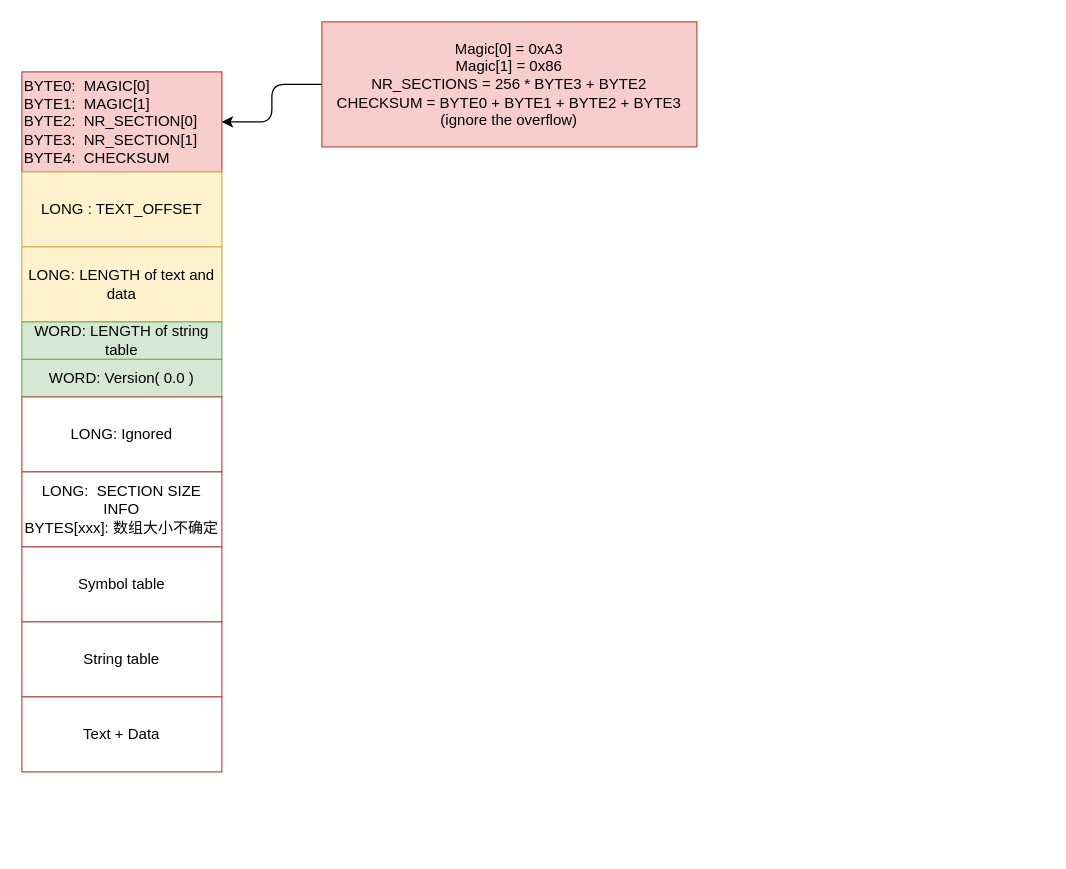
Earlier version of the draw.io diagram page "Linux-8086 Object File" (3 of 3) of course/images/a.out.drawio (tonywendy80/twOS). Source tidied: cells renumbered, new cells numbered last; positions are measured from the earlier drawing's top-left corner, leaving out a move shared by most shapes. Both pictures are drawn from the tidied source at 125%, with x=0, y=0 at pixel (21, 21).
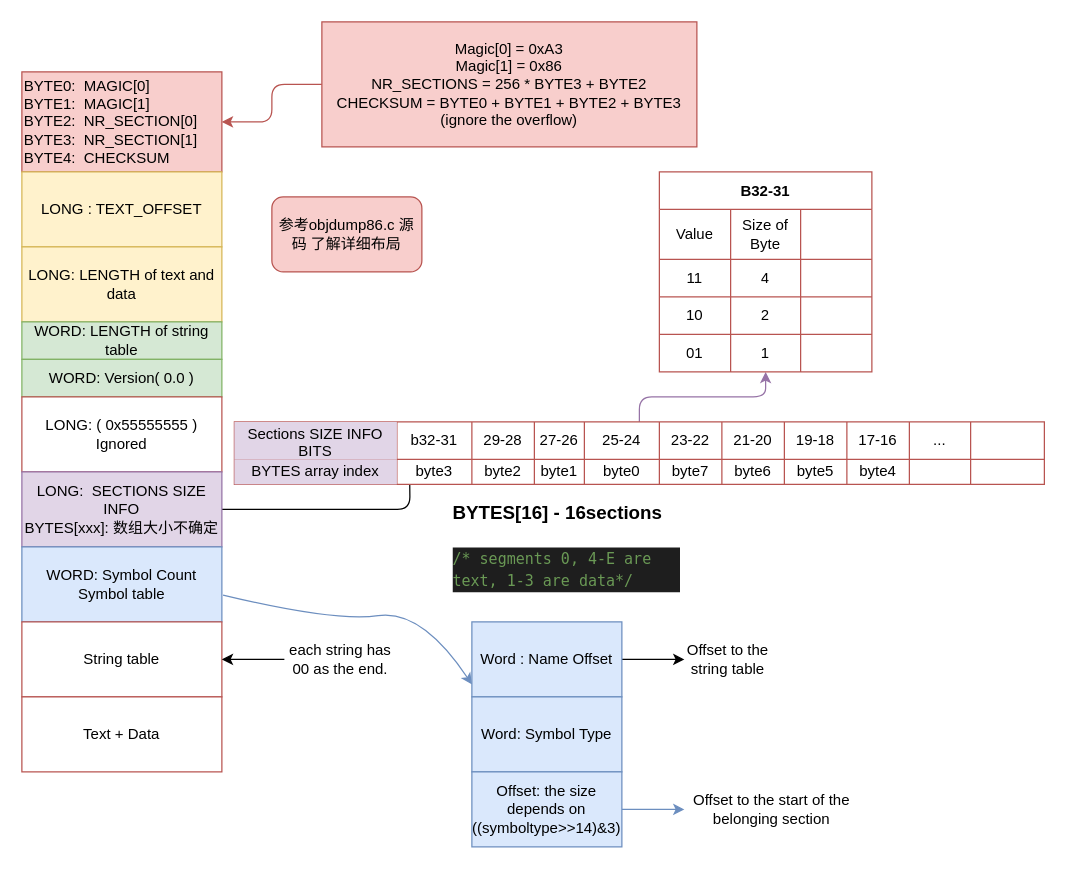
The same diagram, later.

The change refers to these unchanged cells:
```xml
<mxCell id="2" value="BYTE0:&amp;nbsp; MAGIC[0]&lt;br&gt;&lt;div style=&quot;&quot;&gt;&lt;span style=&quot;background-color: initial;&quot;&gt;BYTE1:&amp;nbsp; MAGIC[1]&lt;/span&gt;&lt;/div&gt;BYTE2:&amp;nbsp; NR_SECTION[0]&lt;br&gt;BYTE3:&amp;nbsp; NR_SECTION[1]&lt;br&gt;BYTE4:&amp;nbsp; CHECKSUM" style="rounded=0;whiteSpace=wrap;html=1;align=left;fillColor=#f8cecc;strokeColor=#b85450;" parent="1" vertex="1">
  <mxGeometry y="40" width="160" height="80" as="geometry" />
</mxCell>
<mxCell id="7" value="Magic[0] = 0xA3&lt;br&gt;Magic[1] = 0x86&lt;br&gt;NR_SECTIONS = 256 * BYTE3 + BYTE2&lt;br&gt;CHECKSUM = BYTE0 + BYTE1 + BYTE2 + BYTE3&lt;br&gt;(ignore the overflow)" style="text;html=1;strokeColor=#B85450;fillColor=#f8cecc;align=center;verticalAlign=middle;whiteSpace=wrap;rounded=0;" parent="1" vertex="1">
  <mxGeometry x="240" width="300" height="100" as="geometry" />
</mxCell>
<mxCell id="12" value="String table" style="rounded=0;whiteSpace=wrap;html=1;strokeColor=#B85450;" parent="1" vertex="1">
  <mxGeometry y="480" width="160" height="60" as="geometry" />
</mxCell>
```

The edit, as a diff of the source:
```diff
@@
-    <mxCell id="6" style="edgeStyle=orthogonalEdgeStyle;rounded=1;jettySize=auto;html=1;entryX=1;entryY=0.5;entryDx=0;entryDy=0;" parent="1" edge="1" source="7" target="2">
+    <mxCell id="6" style="edgeStyle=orthogonalEdgeStyle;rounded=1;jettySize=auto;html=1;entryX=1;entryY=0.5;entryDx=0;entryDy=0;fillColor=#f8cecc;strokeColor=#b85450;" parent="1" edge="1" source="7" target="2">
       <mxGeometry relative="1" as="geometry" />
     </mxCell>
@@
-    <mxCell id="9" value="LONG: Ignored" style="rounded=0;whiteSpace=wrap;html=1;strokeColor=#B85450;" parent="1" vertex="1">
+    <mxCell id="9" value="LONG: ( 0x55555555 ) Ignored" style="rounded=0;whiteSpace=wrap;html=1;strokeColor=#B85450;" parent="1" vertex="1">
       <mxGeometry y="300" width="160" height="60" as="geometry" />
     </mxCell>
+    <mxCell id="14" style="edgeStyle=orthogonalEdgeStyle;rounded=1;jettySize=auto;html=1;exitX=1;exitY=0.5;exitDx=0;exitDy=0;" parent="1" edge="1" source="10">
+      <mxGeometry relative="1" as="geometry">
+        <mxPoint x="310" y="340" as="targetPoint" />
+      </mxGeometry>
+    </mxCell>
-    <mxCell id="10" value="LONG:&amp;nbsp; SECTION SIZE INFO&lt;br&gt;BYTES[xxx]: 数组大小不确定" style="rounded=0;whiteSpace=wrap;html=1;strokeColor=#B85450;" parent="1" vertex="1">
+    <mxCell id="10" value="LONG:&amp;nbsp; SECTIONS SIZE INFO&lt;br&gt;BYTES[xxx]: 数组大小不确定" style="rounded=0;whiteSpace=wrap;html=1;strokeColor=#9673a6;fillColor=#e1d5e7;" parent="1" vertex="1">
       <mxGeometry y="360" width="160" height="60" as="geometry" />
     </mxCell>
-    <mxCell id="11" value="Symbol table" style="rounded=0;whiteSpace=wrap;html=1;strokeColor=#B85450;" parent="1" vertex="1">
+    <mxCell id="11" value="WORD: Symbol Count&lt;br&gt;Symbol table" style="rounded=0;whiteSpace=wrap;html=1;strokeColor=#6c8ebf;fillColor=#dae8fc;" parent="1" vertex="1">
       <mxGeometry y="420" width="160" height="60" as="geometry" />
     </mxCell>
@@
+    <mxCell id="15" value="参考objdump86.c 源码 了解详细布局" style="rounded=1;whiteSpace=wrap;html=1;strokeColor=#b85450;fillColor=#f8cecc;" parent="1" vertex="1">
+      <mxGeometry x="200" y="140" width="120" height="60" as="geometry" />
+    </mxCell>
+    <mxCell id="16" style="edgeStyle=orthogonalEdgeStyle;rounded=1;jettySize=auto;html=1;fillColor=#e1d5e7;strokeColor=#9673a6;" parent="1" edge="1" source="17" target="42">
+      <mxGeometry relative="1" as="geometry" />
+    </mxCell>
+    <mxCell id="17" style="shape=table;html=1;whiteSpace=wrap;startSize=0;childLayout=tableLayout;strokeColor=#B85450;" parent="1" vertex="1">
+      <mxGeometry x="170" y="320" width="648" height="50" as="geometry" />
+    </mxCell>
+    <mxCell id="18" style="shape=tableRow;horizontal=0;startSize=0;swimlaneHead=0;swimlaneBody=0;top=0;left=0;bottom=0;right=0;fillColor=none;strokeColor=#B85450;" parent="17" vertex="1">
+      <mxGeometry width="648" height="30" as="geometry" />
+    </mxCell>
+    <mxCell id="19" value="Sections SIZE INFO BITS" style="shape=partialRectangle;html=1;whiteSpace=wrap;fillColor=#e1d5e7;top=0;left=0;bottom=0;right=0;overflow=hidden;strokeColor=#9673a6;" parent="18" vertex="1">
+      <mxGeometry width="130" height="30" as="geometry" />
+    </mxCell>
+    <mxCell id="20" value="b32-31" style="shape=partialRectangle;html=1;whiteSpace=wrap;fillColor=none;top=0;left=0;bottom=0;right=0;overflow=hidden;strokeColor=#B85450;" parent="18" vertex="1">
+      <mxGeometry x="130" width="60" height="30" as="geometry" />
+    </mxCell>
+    <mxCell id="21" value="29-28" style="shape=partialRectangle;html=1;whiteSpace=wrap;fillColor=none;top=0;left=0;bottom=0;right=0;overflow=hidden;strokeColor=#B85450;" parent="18" vertex="1">
+      <mxGeometry x="190" width="50" height="30" as="geometry" />
+    </mxCell>
+    <mxCell id="22" value="27-26" style="shape=partialRectangle;html=1;whiteSpace=wrap;fillColor=none;top=0;left=0;bottom=0;right=0;overflow=hidden;strokeColor=#B85450;" parent="18" vertex="1">
+      <mxGeometry x="240" width="40" height="30" as="geometry" />
+    </mxCell>
+    <mxCell id="23" value="25-24" style="shape=partialRectangle;html=1;whiteSpace=wrap;fillColor=none;top=0;left=0;bottom=0;right=0;overflow=hidden;strokeColor=#B85450;" parent="18" vertex="1">
+      <mxGeometry x="280" width="60" height="30" as="geometry" />
+    </mxCell>
+    <mxCell id="24" value="23-22" style="shape=partialRectangle;html=1;whiteSpace=wrap;fillColor=none;top=0;left=0;bottom=0;right=0;overflow=hidden;strokeColor=#B85450;" parent="18" vertex="1">
+      <mxGeometry x="340" width="50" height="30" as="geometry" />
+    </mxCell>
+    <mxCell id="25" value="21-20" style="shape=partialRectangle;html=1;whiteSpace=wrap;fillColor=none;top=0;left=0;bottom=0;right=0;overflow=hidden;strokeColor=#B85450;" parent="18" vertex="1">
+      <mxGeometry x="390" width="50" height="30" as="geometry" />
+    </mxCell>
+    <mxCell id="26" value="19-18" style="shape=partialRectangle;html=1;whiteSpace=wrap;fillColor=none;top=0;left=0;bottom=0;right=0;overflow=hidden;strokeColor=#B85450;" parent="18" vertex="1">
+      <mxGeometry x="440" width="50" height="30" as="geometry" />
+    </mxCell>
+    <mxCell id="27" value="17-16" style="shape=partialRectangle;html=1;whiteSpace=wrap;fillColor=none;top=0;left=0;bottom=0;right=0;overflow=hidden;strokeColor=#B85450;" parent="18" vertex="1">
+      <mxGeometry x="490" width="50" height="30" as="geometry" />
+    </mxCell>
+    <mxCell id="28" value="..." style="shape=partialRectangle;html=1;whiteSpace=wrap;fillColor=none;top=0;left=0;bottom=0;right=0;overflow=hidden;strokeColor=#B85450;" parent="18" vertex="1">
+      <mxGeometry x="540" width="49" height="30" as="geometry" />
+    </mxCell>
+    <mxCell id="29" style="shape=partialRectangle;html=1;whiteSpace=wrap;fillColor=none;top=0;left=0;bottom=0;right=0;overflow=hidden;strokeColor=#B85450;" parent="18" vertex="1">
+      <mxGeometry x="589" width="59" height="30" as="geometry" />
+    </mxCell>
+    <mxCell id="30" style="shape=tableRow;horizontal=0;startSize=0;swimlaneHead=0;swimlaneBody=0;top=0;left=0;bottom=0;right=0;fillColor=none;strokeColor=#B85450;" parent="17" vertex="1">
+      <mxGeometry y="30" width="648" height="20" as="geometry" />
+    </mxCell>
+    <mxCell id="31" value="BYTES array index" style="shape=partialRectangle;html=1;whiteSpace=wrap;fillColor=#e1d5e7;top=0;left=0;bottom=0;right=0;overflow=hidden;strokeColor=#9673a6;" parent="30" vertex="1">
+      <mxGeometry width="130" height="20" as="geometry" />
+    </mxCell>
+    <mxCell id="32" value="byte3" style="shape=partialRectangle;html=1;whiteSpace=wrap;fillColor=none;top=0;left=0;bottom=0;right=0;overflow=hidden;strokeColor=#B85450;" parent="30" vertex="1">
+      <mxGeometry x="130" width="60" height="20" as="geometry" />
+    </mxCell>
+    <mxCell id="33" value="byte2" style="shape=partialRectangle;html=1;whiteSpace=wrap;fillColor=none;top=0;left=0;bottom=0;right=0;overflow=hidden;strokeColor=#B85450;" parent="30" vertex="1">
+      <mxGeometry x="190" width="50" height="20" as="geometry" />
+    </mxCell>
+    <mxCell id="34" value="byte1" style="shape=partialRectangle;html=1;whiteSpace=wrap;fillColor=none;top=0;left=0;bottom=0;right=0;overflow=hidden;strokeColor=#B85450;" parent="30" vertex="1">
+      <mxGeometry x="240" width="40" height="20" as="geometry" />
+    </mxCell>
+    <mxCell id="35" value="byte0" style="shape=partialRectangle;html=1;whiteSpace=wrap;fillColor=none;top=0;left=0;bottom=0;right=0;overflow=hidden;strokeColor=#B85450;" parent="30" vertex="1">
+      <mxGeometry x="280" width="60" height="20" as="geometry" />
+    </mxCell>
+    <mxCell id="36" value="byte7" style="shape=partialRectangle;html=1;whiteSpace=wrap;fillColor=none;top=0;left=0;bottom=0;right=0;overflow=hidden;strokeColor=#B85450;" parent="30" vertex="1">
+      <mxGeometry x="340" width="50" height="20" as="geometry" />
+    </mxCell>
+    <mxCell id="37" value="byte6" style="shape=partialRectangle;html=1;whiteSpace=wrap;fillColor=none;top=0;left=0;bottom=0;right=0;overflow=hidden;strokeColor=#B85450;" parent="30" vertex="1">
+      <mxGeometry x="390" width="50" height="20" as="geometry" />
+    </mxCell>
+    <mxCell id="38" value="byte5" style="shape=partialRectangle;html=1;whiteSpace=wrap;fillColor=none;top=0;left=0;bottom=0;right=0;overflow=hidden;strokeColor=#B85450;" parent="30" vertex="1">
+      <mxGeometry x="440" width="50" height="20" as="geometry" />
+    </mxCell>
+    <mxCell id="39" value="byte4" style="shape=partialRectangle;html=1;whiteSpace=wrap;fillColor=none;top=0;left=0;bottom=0;right=0;overflow=hidden;strokeColor=#B85450;" parent="30" vertex="1">
+      <mxGeometry x="490" width="50" height="20" as="geometry" />
+    </mxCell>
+    <mxCell id="40" style="shape=partialRectangle;html=1;whiteSpace=wrap;fillColor=none;top=0;left=0;bottom=0;right=0;overflow=hidden;strokeColor=#B85450;" parent="30" vertex="1">
+      <mxGeometry x="540" width="49" height="20" as="geometry" />
+    </mxCell>
+    <mxCell id="41" style="shape=partialRectangle;html=1;whiteSpace=wrap;fillColor=none;top=0;left=0;bottom=0;right=0;overflow=hidden;strokeColor=#B85450;" parent="30" vertex="1">
+      <mxGeometry x="589" width="59" height="20" as="geometry" />
+    </mxCell>
+    <mxCell id="42" value="B32-31" style="shape=table;startSize=30;childLayout=tableLayout;fontStyle=1;align=center;strokeColor=#B85450;" parent="1" vertex="1">
+      <mxGeometry x="510" y="120" width="170" height="160" as="geometry" />
+    </mxCell>
+    <mxCell id="43" style="shape=tableRow;horizontal=0;startSize=0;swimlaneHead=0;swimlaneBody=0;top=0;left=0;bottom=0;right=0;fillColor=none;strokeColor=#B85450;" parent="42" vertex="1">
+      <mxGeometry y="30" width="170" height="40" as="geometry" />
+    </mxCell>
+    <mxCell id="44" value="Value" style="shape=partialRectangle;html=1;whiteSpace=wrap;fillColor=none;top=0;left=0;bottom=0;right=0;overflow=hidden;strokeColor=#B85450;" parent="43" vertex="1">
+      <mxGeometry width="57" height="40" as="geometry" />
+    </mxCell>
+    <mxCell id="45" value="Size of Byte" style="shape=partialRectangle;html=1;whiteSpace=wrap;fillColor=none;top=0;left=0;bottom=0;right=0;overflow=hidden;strokeColor=#B85450;" parent="43" vertex="1">
+      <mxGeometry x="57" width="56" height="40" as="geometry" />
+    </mxCell>
+    <mxCell id="46" style="shape=partialRectangle;html=1;whiteSpace=wrap;fillColor=none;top=0;left=0;bottom=0;right=0;overflow=hidden;strokeColor=#B85450;" parent="43" vertex="1">
+      <mxGeometry x="113" width="57" height="40" as="geometry" />
+    </mxCell>
+    <mxCell id="47" style="shape=tableRow;horizontal=0;startSize=0;swimlaneHead=0;swimlaneBody=0;top=0;left=0;bottom=0;right=0;fillColor=none;strokeColor=#B85450;" parent="42" vertex="1">
+      <mxGeometry y="70" width="170" height="30" as="geometry" />
+    </mxCell>
+    <mxCell id="48" value="11" style="shape=partialRectangle;html=1;whiteSpace=wrap;fillColor=none;top=0;left=0;bottom=0;right=0;overflow=hidden;strokeColor=#B85450;" parent="47" vertex="1">
+      <mxGeometry width="57" height="30" as="geometry" />
+    </mxCell>
+    <mxCell id="49" value="4" style="shape=partialRectangle;html=1;whiteSpace=wrap;fillColor=none;top=0;left=0;bottom=0;right=0;overflow=hidden;strokeColor=#B85450;" parent="47" vertex="1">
+      <mxGeometry x="57" width="56" height="30" as="geometry" />
+    </mxCell>
+    <mxCell id="50" style="shape=partialRectangle;html=1;whiteSpace=wrap;fillColor=none;top=0;left=0;bottom=0;right=0;overflow=hidden;strokeColor=#B85450;" parent="47" vertex="1">
+      <mxGeometry x="113" width="57" height="30" as="geometry" />
+    </mxCell>
+    <mxCell id="51" style="shape=tableRow;horizontal=0;startSize=0;swimlaneHead=0;swimlaneBody=0;top=0;left=0;bottom=0;right=0;fillColor=none;strokeColor=#B85450;" parent="42" vertex="1">
+      <mxGeometry y="100" width="170" height="30" as="geometry" />
+    </mxCell>
+    <mxCell id="52" value="10" style="shape=partialRectangle;html=1;whiteSpace=wrap;fillColor=none;top=0;left=0;bottom=0;right=0;overflow=hidden;strokeColor=#B85450;" parent="51" vertex="1">
+      <mxGeometry width="57" height="30" as="geometry" />
+    </mxCell>
+    <mxCell id="53" value="2" style="shape=partialRectangle;html=1;whiteSpace=wrap;fillColor=none;top=0;left=0;bottom=0;right=0;overflow=hidden;strokeColor=#B85450;" parent="51" vertex="1">
+      <mxGeometry x="57" width="56" height="30" as="geometry" />
+    </mxCell>
+    <mxCell id="54" style="shape=partialRectangle;html=1;whiteSpace=wrap;fillColor=none;top=0;left=0;bottom=0;right=0;overflow=hidden;strokeColor=#B85450;" parent="51" vertex="1">
+      <mxGeometry x="113" width="57" height="30" as="geometry" />
+    </mxCell>
+    <mxCell id="55" style="shape=tableRow;horizontal=0;startSize=0;swimlaneHead=0;swimlaneBody=0;top=0;left=0;bottom=0;right=0;fillColor=none;strokeColor=#B85450;" parent="42" vertex="1">
+      <mxGeometry y="130" width="170" height="30" as="geometry" />
+    </mxCell>
+    <mxCell id="56" value="01" style="shape=partialRectangle;html=1;whiteSpace=wrap;fillColor=none;top=0;left=0;bottom=0;right=0;overflow=hidden;strokeColor=#B85450;" parent="55" vertex="1">
+      <mxGeometry width="57" height="30" as="geometry" />
+    </mxCell>
+    <mxCell id="57" value="1" style="shape=partialRectangle;html=1;whiteSpace=wrap;fillColor=none;top=0;left=0;bottom=0;right=0;overflow=hidden;strokeColor=#B85450;" parent="55" vertex="1">
+      <mxGeometry x="57" width="56" height="30" as="geometry" />
+    </mxCell>
+    <mxCell id="58" style="shape=partialRectangle;html=1;whiteSpace=wrap;fillColor=none;top=0;left=0;bottom=0;right=0;overflow=hidden;strokeColor=#B85450;" parent="55" vertex="1">
+      <mxGeometry x="113" width="57" height="30" as="geometry" />
+    </mxCell>
+    <mxCell id="59" value="&lt;h1 style=&quot;&quot;&gt;&lt;font style=&quot;font-size: 15px;&quot;&gt;BYTES[16] - 16sections&lt;/font&gt;&lt;/h1&gt;&lt;div style=&quot;color: rgb(212, 212, 212); background-color: rgb(30, 30, 30); font-family: Menlo, Monaco, &amp;quot;Courier New&amp;quot;, monospace; line-height: 18px;&quot;&gt;&lt;span style=&quot;color: rgb(106, 153, 85);&quot;&gt;&lt;font style=&quot;font-size: 12px;&quot;&gt;/* segments 0, 4-E are text, 1-3 are data*/&lt;/font&gt;&lt;/span&gt;&lt;/div&gt;" style="text;html=1;strokeColor=none;fillColor=none;spacing=5;spacingTop=-20;whiteSpace=wrap;overflow=hidden;rounded=0;" parent="1" vertex="1">
+      <mxGeometry x="340" y="370" width="190" height="100" as="geometry" />
+    </mxCell>
+    <mxCell id="60" style="edgeStyle=orthogonalEdgeStyle;rounded=1;jettySize=auto;html=1;fontSize=12;" parent="1" edge="1" source="61">
+      <mxGeometry relative="1" as="geometry">
+        <mxPoint x="530" y="510" as="targetPoint" />
+      </mxGeometry>
+    </mxCell>
+    <mxCell id="61" value="Word : Name Offset" style="rounded=0;whiteSpace=wrap;html=1;fontSize=12;strokeColor=#6c8ebf;fillColor=#dae8fc;" parent="1" vertex="1">
+      <mxGeometry x="360" y="480" width="120" height="60" as="geometry" />
+    </mxCell>
+    <mxCell id="62" value="Word: Symbol Type" style="rounded=0;whiteSpace=wrap;html=1;fontSize=12;strokeColor=#6c8ebf;fillColor=#dae8fc;" parent="1" vertex="1">
+      <mxGeometry x="360" y="540" width="120" height="60" as="geometry" />
+    </mxCell>
+    <mxCell id="63" style="edgeStyle=orthogonalEdgeStyle;rounded=1;jettySize=auto;html=1;fontSize=12;fillColor=#dae8fc;strokeColor=#6c8ebf;" parent="1" edge="1" source="64" target="66">
+      <mxGeometry relative="1" as="geometry" />
+    </mxCell>
+    <mxCell id="64" value="Offset: the size depends on ((symboltype&amp;gt;&amp;gt;14)&amp;amp;3)" style="rounded=0;whiteSpace=wrap;html=1;fontSize=12;strokeColor=#6c8ebf;fillColor=#dae8fc;" parent="1" vertex="1">
+      <mxGeometry x="360" y="600" width="120" height="60" as="geometry" />
+    </mxCell>
+    <mxCell id="65" style="curved=1;endArrow=classic;html=1;rounded=1;fontSize=12;exitX=1.006;exitY=0.642;exitDx=0;exitDy=0;exitPerimeter=0;fillColor=#dae8fc;strokeColor=#6c8ebf;" parent="1" edge="1" source="11">
+      <mxGeometry relative="1" as="geometry">
+        <mxPoint x="360" y="530" as="targetPoint" />
+        <Array as="points">
+          <mxPoint x="250" y="480" />
+          <mxPoint x="320" y="470" />
+        </Array>
+      </mxGeometry>
+    </mxCell>
+    <mxCell id="66" value="Offset to the start of the belonging section" style="text;html=1;strokeColor=none;fillColor=none;align=center;verticalAlign=middle;whiteSpace=wrap;rounded=0;fontSize=12;" parent="1" vertex="1">
+      <mxGeometry x="530" y="615" width="140" height="30" as="geometry" />
+    </mxCell>
+    <mxCell id="67" value="Offset to the string table" style="text;html=1;strokeColor=none;fillColor=none;align=center;verticalAlign=middle;whiteSpace=wrap;rounded=0;fontSize=12;" parent="1" vertex="1">
+      <mxGeometry x="520" y="495" width="90" height="30" as="geometry" />
+    </mxCell>
+    <mxCell id="68" style="edgeStyle=orthogonalEdgeStyle;rounded=1;jettySize=auto;html=1;entryX=1;entryY=0.5;entryDx=0;entryDy=0;fontSize=12;" parent="1" edge="1" source="69" target="12">
+      <mxGeometry relative="1" as="geometry" />
+    </mxCell>
+    <mxCell id="69" value="each string has 00 as the end." style="text;html=1;strokeColor=none;fillColor=none;align=center;verticalAlign=middle;whiteSpace=wrap;rounded=0;fontSize=12;" parent="1" vertex="1">
+      <mxGeometry x="210" y="495" width="90" height="30" as="geometry" />
+    </mxCell>
```
